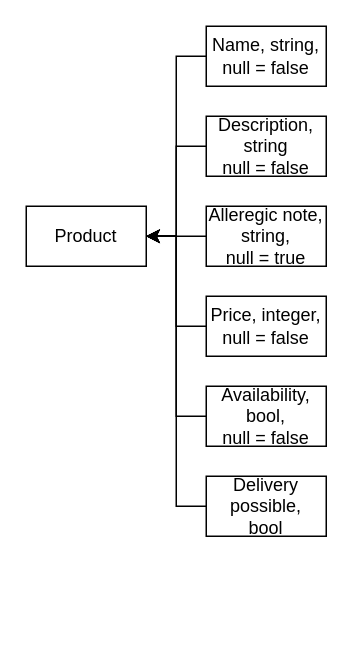
Earlier version of the draw.io diagram Untitled Diagram.drawio (JianDk/HD_website). Source tidied: cells renumbered, new cells numbered last; positions are measured from the earlier drawing's top-left corner, leaving out a move shared by most shapes. Both pictures are drawn from the tidied source at 150%, with x=0, y=0 at pixel (26, 26).
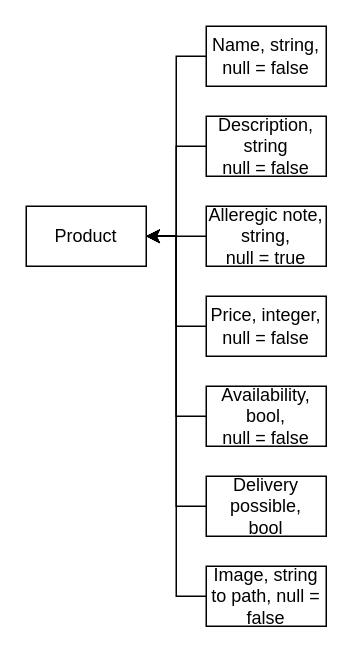
The same diagram, later.

The edit, as a diff of the source:
```diff
@@
 <mxGraphModel>
   <root>
     <mxCell id="0" />
     <mxCell id="1" parent="0" />
     <mxCell id="2" value="Product" style="rounded=0;whiteSpace=wrap;html=1;" parent="1" vertex="1">
       <mxGeometry y="120" width="80" height="40" as="geometry" />
     </mxCell>
     <mxCell id="3" style="edgeStyle=orthogonalEdgeStyle;rounded=0;jettySize=auto;html=1;entryX=1;entryY=0.5;entryDx=0;entryDy=0;" parent="1" edge="1" source="4" target="2">
       <mxGeometry relative="1" as="geometry" />
     </mxCell>
     <mxCell id="4" value="Name, string,&lt;br&gt;null = false" style="rounded=0;whiteSpace=wrap;html=1;" parent="1" vertex="1">
       <mxGeometry x="120" width="80" height="40" as="geometry" />
     </mxCell>
     <mxCell id="5" style="edgeStyle=orthogonalEdgeStyle;rounded=0;jettySize=auto;html=1;entryX=1;entryY=0.5;entryDx=0;entryDy=0;" parent="1" edge="1" source="6" target="2">
       <mxGeometry relative="1" as="geometry" />
     </mxCell>
     <mxCell id="6" value="Description,&lt;br&gt;string&lt;br&gt;null = false" style="rounded=0;whiteSpace=wrap;html=1;" parent="1" vertex="1">
       <mxGeometry x="120" y="60" width="80" height="40" as="geometry" />
     </mxCell>
     <mxCell id="7" style="edgeStyle=orthogonalEdgeStyle;rounded=0;jettySize=auto;html=1;entryX=1;entryY=0.5;entryDx=0;entryDy=0;" parent="1" edge="1" source="8" target="2">
       <mxGeometry relative="1" as="geometry" />
     </mxCell>
     <mxCell id="8" value="Alleregic note, string,&lt;br&gt;null = true" style="rounded=0;whiteSpace=wrap;html=1;" parent="1" vertex="1">
       <mxGeometry x="120" y="120" width="80" height="40" as="geometry" />
     </mxCell>
     <mxCell id="9" style="edgeStyle=orthogonalEdgeStyle;rounded=0;jettySize=auto;html=1;" parent="1" edge="1" source="10">
       <mxGeometry relative="1" as="geometry">
         <mxPoint x="80" y="140" as="targetPoint" />
         <Array as="points">
           <mxPoint x="100" y="200" />
           <mxPoint x="100" y="140" />
         </Array>
       </mxGeometry>
     </mxCell>
     <mxCell id="10" value="Price, integer,&lt;br&gt;null = false" style="rounded=0;whiteSpace=wrap;html=1;" parent="1" vertex="1">
       <mxGeometry x="120" y="180" width="80" height="40" as="geometry" />
     </mxCell>
     <mxCell id="11" style="edgeStyle=orthogonalEdgeStyle;rounded=0;jettySize=auto;html=1;entryX=1;entryY=0.5;entryDx=0;entryDy=0;" parent="1" edge="1" source="12" target="2">
       <mxGeometry relative="1" as="geometry" />
     </mxCell>
     <mxCell id="12" value="Availability,&lt;br&gt;bool,&lt;br&gt;null = false" style="rounded=0;whiteSpace=wrap;html=1;" parent="1" vertex="1">
       <mxGeometry x="120" y="240" width="80" height="40" as="geometry" />
     </mxCell>
     <mxCell id="13" style="edgeStyle=orthogonalEdgeStyle;rounded=0;jettySize=auto;html=1;entryX=1;entryY=0.5;entryDx=0;entryDy=0;" parent="1" edge="1" source="14" target="2">
       <mxGeometry relative="1" as="geometry" />
     </mxCell>
     <mxCell id="14" value="Delivery possible,&lt;br&gt;bool" style="rounded=0;whiteSpace=wrap;html=1;" parent="1" vertex="1">
       <mxGeometry x="120" y="300" width="80" height="40" as="geometry" />
     </mxCell>
+    <mxCell id="15" style="edgeStyle=orthogonalEdgeStyle;rounded=0;jettySize=auto;html=1;entryX=1;entryY=0.5;entryDx=0;entryDy=0;" parent="1" edge="1" source="16" target="2">
+      <mxGeometry relative="1" as="geometry" />
+    </mxCell>
+    <mxCell id="16" value="Image, string to path, null = false" style="rounded=0;whiteSpace=wrap;html=1;" parent="1" vertex="1">
+      <mxGeometry x="120" y="360" width="80" height="40" as="geometry" />
+    </mxCell>
   </root>
 </mxGraphModel>
```
